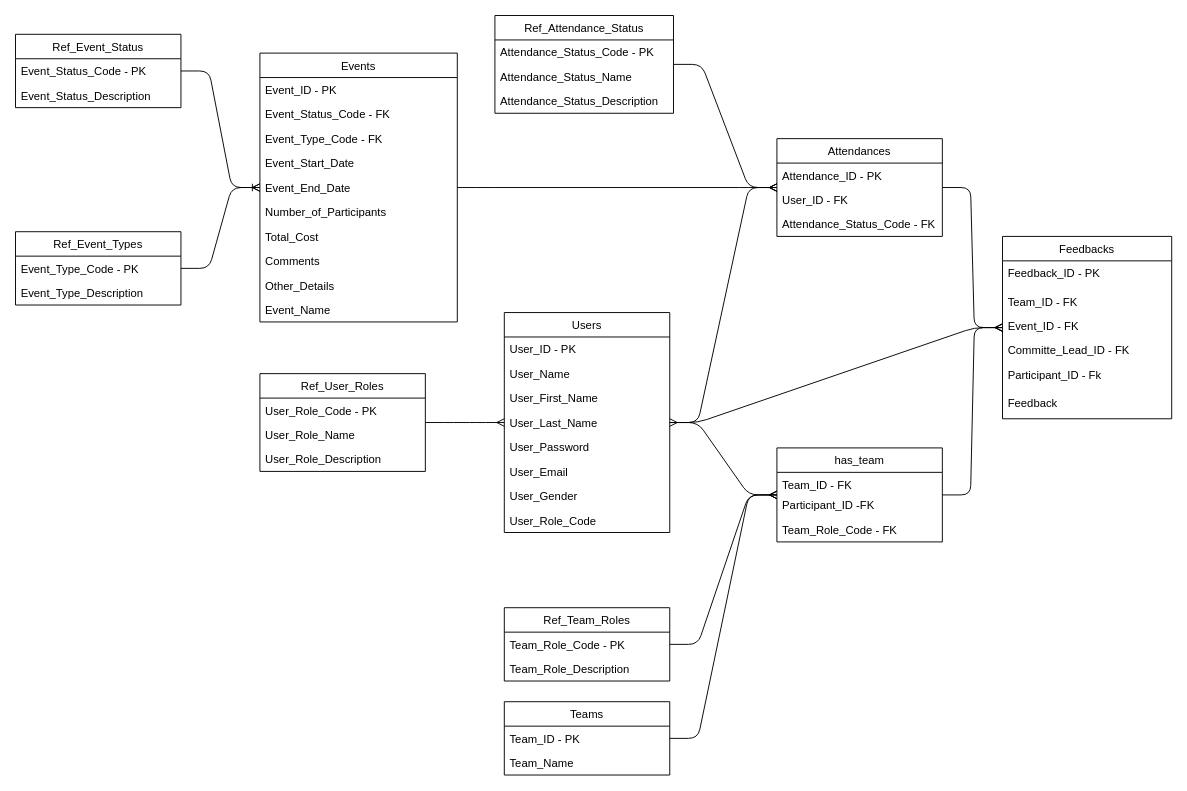
This is page "ERD - Fixed" (5 of 9) of Documentation/DellEvent.drawio from frostyseb/ITDP, a draw.io file, before an edit. Source tidied: cells renumbered, new cells numbered last; positions are measured from the earlier drawing's top-left corner, leaving out a move shared by most shapes. Both pictures are drawn from the tidied source at 94%, with x=0, y=0 at pixel (15, 15).
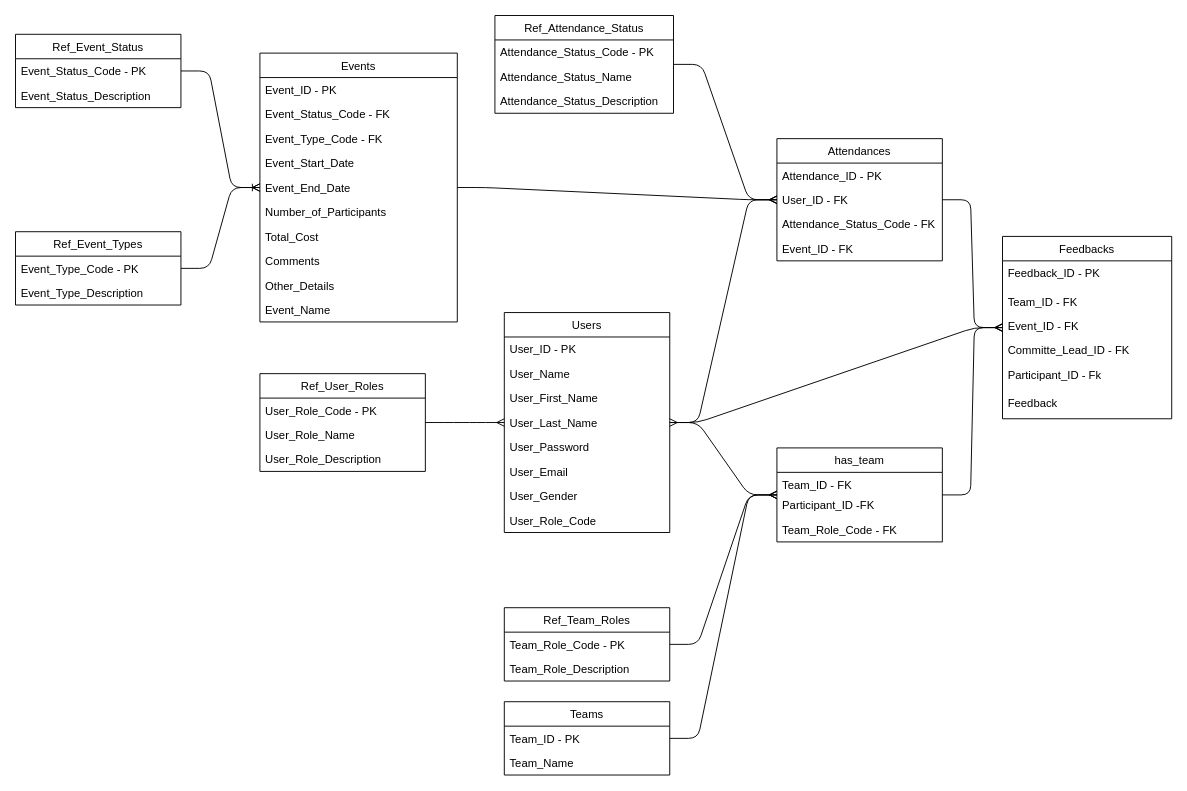
After the change.

The edit, as a diff of the source:
```diff
@@
     <mxCell id="13" value="Attendances" style="swimlane;fontStyle=0;horizontal=1;startSize=26;fillColor=none;" parent="1" vertex="1">
-      <mxGeometry x="810" y="131" width="176" height="104" as="geometry" />
+      <mxGeometry x="810" y="131" width="176" height="130" as="geometry" />
     </mxCell>
@@
+    <mxCell id="69" value="Event_ID - FK" style="text;strokeColor=none;fillColor=none;align=left;verticalAlign=top;spacingLeft=4;spacingRight=4;overflow=hidden;" parent="13" vertex="1">
+      <mxGeometry y="104" width="176" height="26" as="geometry" />
+    </mxCell>
```
